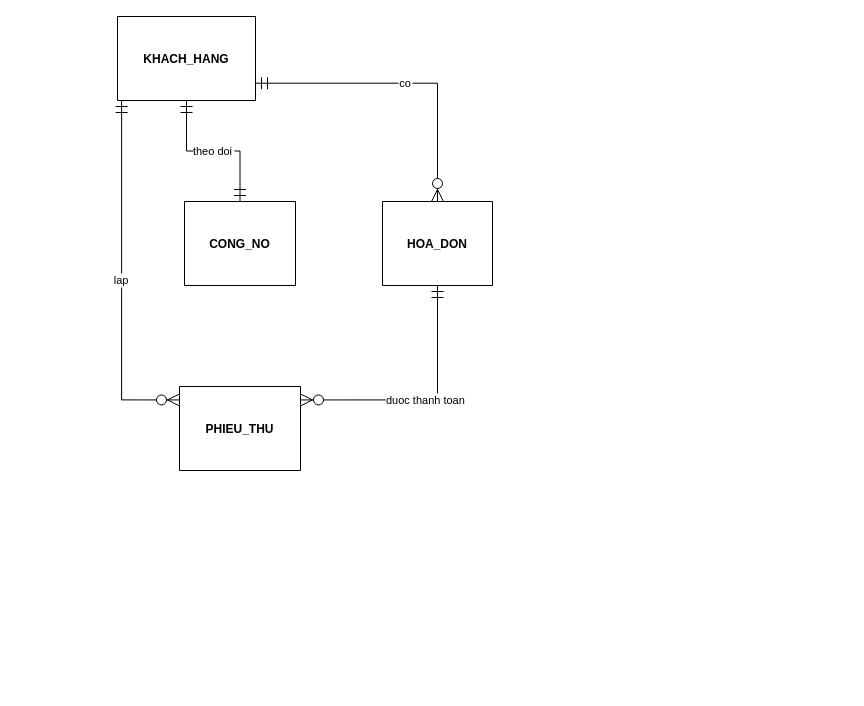
Earlier version of the draw.io diagram diagram/mcd.drawio (dotientri/advence_database). Source tidied: cells renumbered, new cells numbered last; positions are measured from the earlier drawing's top-left corner, leaving out a move shared by most shapes. Both pictures are drawn from the tidied source at 100%, with x=0, y=0 at pixel (117, 16).
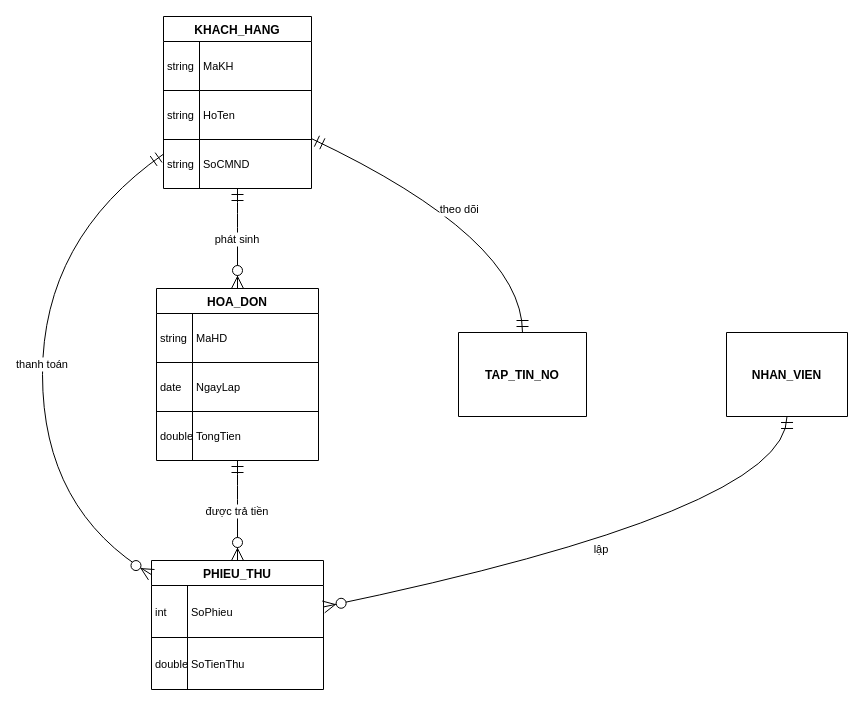
After the change.

Diff of the diagram source:
```diff
@@
-    <mxCell id="2" value="KHACH_HANG" style="shape=table;startSize=84;childLayout=tableLayout;rowLines=1;fontStyle=1;align=center;" parent="1" vertex="1">
-      <mxGeometry width="138" height="84" as="geometry" />
+    <mxCell id="2" value="KHACH_HANG" style="shape=table;startSize=25;childLayout=tableLayout;rowLines=1;fontStyle=1;align=center;" parent="1" vertex="1">
+      <mxGeometry x="46" width="148" height="172" as="geometry" />
     </mxCell>
+    <mxCell id="10" style="shape=tableRow;horizontal=0;startSize=0;swimlaneHead=0;swimlaneBody=0;fillColor=none;top=0;left=0;right=0;bottom=0;" parent="2" vertex="1">
+      <mxGeometry y="25" width="148" height="49" as="geometry" />
+    </mxCell>
+    <mxCell id="11" value="string" style="shape=partialRectangle;fillColor=none;top=0;left=0;bottom=0;right=0;align=left;spacingLeft=2;overflow=hidden;fontSize=11;" parent="10" vertex="1">
+      <mxGeometry width="36" height="49" as="geometry" />
+    </mxCell>
+    <mxCell id="12" value="MaKH" style="shape=partialRectangle;fillColor=none;top=0;left=0;bottom=0;right=0;align=left;spacingLeft=2;overflow=hidden;fontSize=11;" parent="10" vertex="1">
+      <mxGeometry x="36" width="112" height="49" as="geometry" />
+    </mxCell>
+    <mxCell id="13" style="shape=tableRow;horizontal=0;startSize=0;swimlaneHead=0;swimlaneBody=0;fillColor=none;top=0;left=0;right=0;bottom=0;" parent="2" vertex="1">
+      <mxGeometry y="74" width="148" height="49" as="geometry" />
+    </mxCell>
+    <mxCell id="14" value="string" style="shape=partialRectangle;fillColor=none;top=0;left=0;bottom=0;right=0;align=left;spacingLeft=2;overflow=hidden;fontSize=11;" parent="13" vertex="1">
+      <mxGeometry width="36" height="49" as="geometry" />
+    </mxCell>
+    <mxCell id="15" value="HoTen" style="shape=partialRectangle;fillColor=none;top=0;left=0;bottom=0;right=0;align=left;spacingLeft=2;overflow=hidden;fontSize=11;" parent="13" vertex="1">
+      <mxGeometry x="36" width="112" height="49" as="geometry" />
+    </mxCell>
+    <mxCell id="16" style="shape=tableRow;horizontal=0;startSize=0;swimlaneHead=0;swimlaneBody=0;fillColor=none;top=0;left=0;right=0;bottom=0;" parent="2" vertex="1">
+      <mxGeometry y="123" width="148" height="49" as="geometry" />
+    </mxCell>
+    <mxCell id="17" value="string" style="shape=partialRectangle;fillColor=none;top=0;left=0;bottom=0;right=0;align=left;spacingLeft=2;overflow=hidden;fontSize=11;" parent="16" vertex="1">
+      <mxGeometry width="36" height="49" as="geometry" />
+    </mxCell>
+    <mxCell id="18" value="SoCMND" style="shape=partialRectangle;fillColor=none;top=0;left=0;bottom=0;right=0;align=left;spacingLeft=2;overflow=hidden;fontSize=11;" parent="16" vertex="1">
+      <mxGeometry x="36" width="112" height="49" as="geometry" />
+    </mxCell>
-    <mxCell id="3" value="HOA_DON" style="shape=table;startSize=84;childLayout=tableLayout;rowLines=1;fontStyle=1;align=center;" parent="1" vertex="1">
-      <mxGeometry x="265" y="185" width="110" height="84" as="geometry" />
+    <mxCell id="3" value="HOA_DON" style="shape=table;startSize=25;childLayout=tableLayout;rowLines=1;fontStyle=1;align=center;" parent="1" vertex="1">
+      <mxGeometry x="39" y="272" width="162" height="172" as="geometry" />
     </mxCell>
+    <mxCell id="19" style="shape=tableRow;horizontal=0;startSize=0;swimlaneHead=0;swimlaneBody=0;fillColor=none;top=0;left=0;right=0;bottom=0;" parent="3" vertex="1">
+      <mxGeometry y="25" width="162" height="49" as="geometry" />
+    </mxCell>
+    <mxCell id="20" value="string" style="shape=partialRectangle;fillColor=none;top=0;left=0;bottom=0;right=0;align=left;spacingLeft=2;overflow=hidden;fontSize=11;" parent="19" vertex="1">
+      <mxGeometry width="36" height="49" as="geometry" />
+    </mxCell>
+    <mxCell id="21" value="MaHD" style="shape=partialRectangle;fillColor=none;top=0;left=0;bottom=0;right=0;align=left;spacingLeft=2;overflow=hidden;fontSize=11;" parent="19" vertex="1">
+      <mxGeometry x="36" width="126" height="49" as="geometry" />
+    </mxCell>
+    <mxCell id="22" style="shape=tableRow;horizontal=0;startSize=0;swimlaneHead=0;swimlaneBody=0;fillColor=none;top=0;left=0;right=0;bottom=0;" parent="3" vertex="1">
+      <mxGeometry y="74" width="162" height="49" as="geometry" />
+    </mxCell>
+    <mxCell id="23" value="date" style="shape=partialRectangle;fillColor=none;top=0;left=0;bottom=0;right=0;align=left;spacingLeft=2;overflow=hidden;fontSize=11;" parent="22" vertex="1">
+      <mxGeometry width="36" height="49" as="geometry" />
+    </mxCell>
+    <mxCell id="24" value="NgayLap" style="shape=partialRectangle;fillColor=none;top=0;left=0;bottom=0;right=0;align=left;spacingLeft=2;overflow=hidden;fontSize=11;" parent="22" vertex="1">
+      <mxGeometry x="36" width="126" height="49" as="geometry" />
+    </mxCell>
+    <mxCell id="25" style="shape=tableRow;horizontal=0;startSize=0;swimlaneHead=0;swimlaneBody=0;fillColor=none;top=0;left=0;right=0;bottom=0;" parent="3" vertex="1">
+      <mxGeometry y="123" width="162" height="49" as="geometry" />
+    </mxCell>
+    <mxCell id="26" value="double" style="shape=partialRectangle;fillColor=none;top=0;left=0;bottom=0;right=0;align=left;spacingLeft=2;overflow=hidden;fontSize=11;" parent="25" vertex="1">
+      <mxGeometry width="36" height="49" as="geometry" />
+    </mxCell>
+    <mxCell id="27" value="TongTien" style="shape=partialRectangle;fillColor=none;top=0;left=0;bottom=0;right=0;align=left;spacingLeft=2;overflow=hidden;fontSize=11;" parent="25" vertex="1">
+      <mxGeometry x="36" width="126" height="49" as="geometry" />
+    </mxCell>
-    <mxCell id="4" value="PHIEU_THU" style="shape=table;startSize=84;childLayout=tableLayout;rowLines=1;fontStyle=1;align=center;" parent="1" vertex="1">
-      <mxGeometry x="62" y="370" width="121" height="84" as="geometry" />
+    <mxCell id="4" value="PHIEU_THU" style="shape=table;startSize=25;childLayout=tableLayout;rowLines=1;fontStyle=1;align=center;" parent="1" vertex="1">
+      <mxGeometry x="34" y="544" width="172" height="129" as="geometry" />
     </mxCell>
-    <mxCell id="5" value="CONG_NO" style="shape=table;startSize=84;childLayout=tableLayout;rowLines=1;fontStyle=1;align=center;" parent="1" vertex="1">
-      <mxGeometry x="67" y="185" width="111" height="84" as="geometry" />
-    </mxCell>
+    <mxCell id="28" style="shape=tableRow;horizontal=0;startSize=0;swimlaneHead=0;swimlaneBody=0;fillColor=none;top=0;left=0;right=0;bottom=0;" parent="4" vertex="1">
+      <mxGeometry y="25" width="172" height="52" as="geometry" />
+    </mxCell>
+    <mxCell id="29" value="int" style="shape=partialRectangle;fillColor=none;top=0;left=0;bottom=0;right=0;align=left;spacingLeft=2;overflow=hidden;fontSize=11;" parent="28" vertex="1">
+      <mxGeometry width="36" height="52" as="geometry" />
+    </mxCell>
+    <mxCell id="30" value="SoPhieu" style="shape=partialRectangle;fillColor=none;top=0;left=0;bottom=0;right=0;align=left;spacingLeft=2;overflow=hidden;fontSize=11;" parent="28" vertex="1">
+      <mxGeometry x="36" width="136" height="52" as="geometry" />
+    </mxCell>
+    <mxCell id="31" style="shape=tableRow;horizontal=0;startSize=0;swimlaneHead=0;swimlaneBody=0;fillColor=none;top=0;left=0;right=0;bottom=0;" parent="4" vertex="1">
+      <mxGeometry y="77" width="172" height="52" as="geometry" />
+    </mxCell>
+    <mxCell id="32" value="double" style="shape=partialRectangle;fillColor=none;top=0;left=0;bottom=0;right=0;align=left;spacingLeft=2;overflow=hidden;fontSize=11;" parent="31" vertex="1">
+      <mxGeometry width="36" height="52" as="geometry" />
+    </mxCell>
+    <mxCell id="33" value="SoTienThu" style="shape=partialRectangle;fillColor=none;top=0;left=0;bottom=0;right=0;align=left;spacingLeft=2;overflow=hidden;fontSize=11;" parent="31" vertex="1">
+      <mxGeometry x="36" width="136" height="52" as="geometry" />
+    </mxCell>
+    <mxCell id="34" value="NHAN_VIEN" style="shape=table;startSize=84;childLayout=tableLayout;rowLines=1;fontStyle=1;align=center;" parent="1" vertex="1">
+      <mxGeometry x="609" y="316" width="121" height="84" as="geometry" />
+    </mxCell>
+    <mxCell id="35" value="TAP_TIN_NO" style="shape=table;startSize=84;childLayout=tableLayout;rowLines=1;fontStyle=1;align=center;" parent="1" vertex="1">
+      <mxGeometry x="341" y="316" width="128" height="84" as="geometry" />
+    </mxCell>
-    <mxCell id="6" value="co" style="startArrow=ERmandOne;startSize=10;endArrow=ERzeroToMany;endSize=10;exitX=1.01;exitY=0.8;entryX=0.5;entryY=0;rounded=0;edgeStyle=orthogonalEdgeStyle;" parent="1" edge="1" source="2" target="3">
+    <mxCell id="6" value="phát sinh" style="curved=1;startArrow=ERmandOne;startSize=10;endArrow=ERzeroToMany;endSize=10;exitX=0.5;exitY=1;entryX=0.5;entryY=0;rounded=0;" parent="1" edge="1" source="2" target="3">
       <mxGeometry relative="1" as="geometry" />
     </mxCell>
-    <mxCell id="7" value="lap" style="startArrow=ERmandOne;startSize=10;endArrow=ERzeroToMany;endSize=10;exitX=0.03;exitY=1;entryX=0;entryY=0.16;rounded=0;edgeStyle=orthogonalEdgeStyle;" parent="1" edge="1" source="2" target="4">
-      <mxGeometry relative="1" as="geometry" />
+    <mxCell id="7" value="thanh toán" style="curved=1;startArrow=ERmandOne;startSize=10;endArrow=ERzeroToMany;endSize=10;exitX=0;exitY=0.8;entryX=0;entryY=0.11;rounded=0;" parent="1" edge="1" source="2" target="4">
+      <mxGeometry relative="1" as="geometry">
+        <Array as="points">
+          <mxPoint x="-75" y="222" />
+          <mxPoint x="-75" y="494" />
+        </Array>
+      </mxGeometry>
     </mxCell>
-    <mxCell id="8" value="theo doi" style="startArrow=ERmandOne;startSize=10;endArrow=ERmandOne;endSize=10;exitX=0.5;exitY=1;entryX=0.5;entryY=0;rounded=0;edgeStyle=orthogonalEdgeStyle;" parent="1" edge="1" source="2" target="5">
-      <mxGeometry relative="1" as="geometry" />
-    </mxCell>
-    <mxCell id="9" value="duoc thanh toan" style="startArrow=ERmandOne;startSize=10;endArrow=ERzeroToMany;endSize=10;exitX=0.5;exitY=1;entryX=1;entryY=0.16;rounded=0;edgeStyle=orthogonalEdgeStyle;" parent="1" edge="1" source="3" target="4">
+    <mxCell id="9" value="được trả tiền" style="curved=1;startArrow=ERmandOne;startSize=10;endArrow=ERzeroToMany;endSize=10;exitX=0.5;exitY=1;entryX=0.5;entryY=0;rounded=0;" parent="1" edge="1" source="3" target="4">
       <mxGeometry relative="1" as="geometry" />
     </mxCell>
+    <mxCell id="36" value="lập" style="curved=1;startArrow=ERmandOne;startSize=10;endArrow=ERzeroToMany;endSize=10;exitX=0.5;exitY=0.99;entryX=1;entryY=0.36;rounded=0;" parent="1" edge="1" source="34" target="4">
+      <mxGeometry relative="1" as="geometry">
+        <Array as="points">
+          <mxPoint x="670" y="494" />
+        </Array>
+      </mxGeometry>
+    </mxCell>
+    <mxCell id="37" value="theo dõi" style="curved=1;startArrow=ERmandOne;startSize=10;endArrow=ERmandOne;endSize=10;exitX=1;exitY=0.71;entryX=0.5;entryY=-0.01;rounded=0;" parent="1" edge="1" source="2" target="35">
+      <mxGeometry relative="1" as="geometry">
+        <Array as="points">
+          <mxPoint x="405" y="222" />
+        </Array>
+      </mxGeometry>
+    </mxCell>
```
